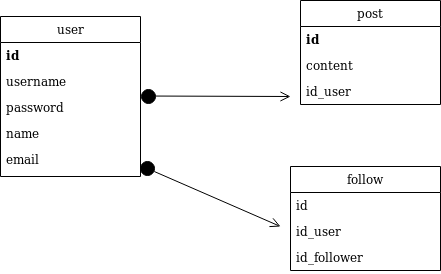
Earlier version of the draw.io export flask/aula_flask/img/diagrama.png (ValeriaNiceria/EstudoPython). Source tidied: cells renumbered, new cells last; positions are measured from the earlier drawing's top-left corner, leaving out a move shared by most shapes.
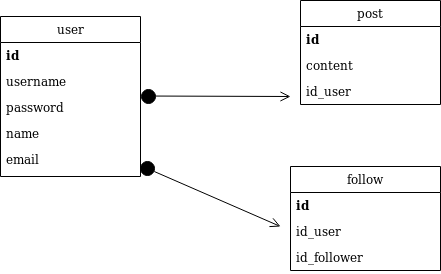
The same file after the commit.

Change to the diagram source:
```diff
@@ -35,7 +35,7 @@
     <mxCell id="12" value="follow" style="swimlane;fontStyle=0;horizontal=1;startSize=26;fillColor=none;" parent="1" vertex="1">
       <mxGeometry x="290" y="166" width="150" height="104" as="geometry" />
     </mxCell>
-    <mxCell id="13" value="id" style="text;strokeColor=none;fillColor=none;align=left;verticalAlign=top;spacingLeft=4;spacingRight=4;overflow=hidden;" parent="12" vertex="1">
+    <mxCell id="13" value="id" style="text;strokeColor=none;fillColor=none;align=left;verticalAlign=top;spacingLeft=4;spacingRight=4;overflow=hidden;fontStyle=1;" parent="12" vertex="1">
       <mxGeometry y="26" width="150" height="26" as="geometry" />
     </mxCell>
     <mxCell id="14" value="id_user" style="text;strokeColor=none;fillColor=none;align=left;verticalAlign=top;spacingLeft=4;spacingRight=4;overflow=hidden;" parent="12" vertex="1">
```
